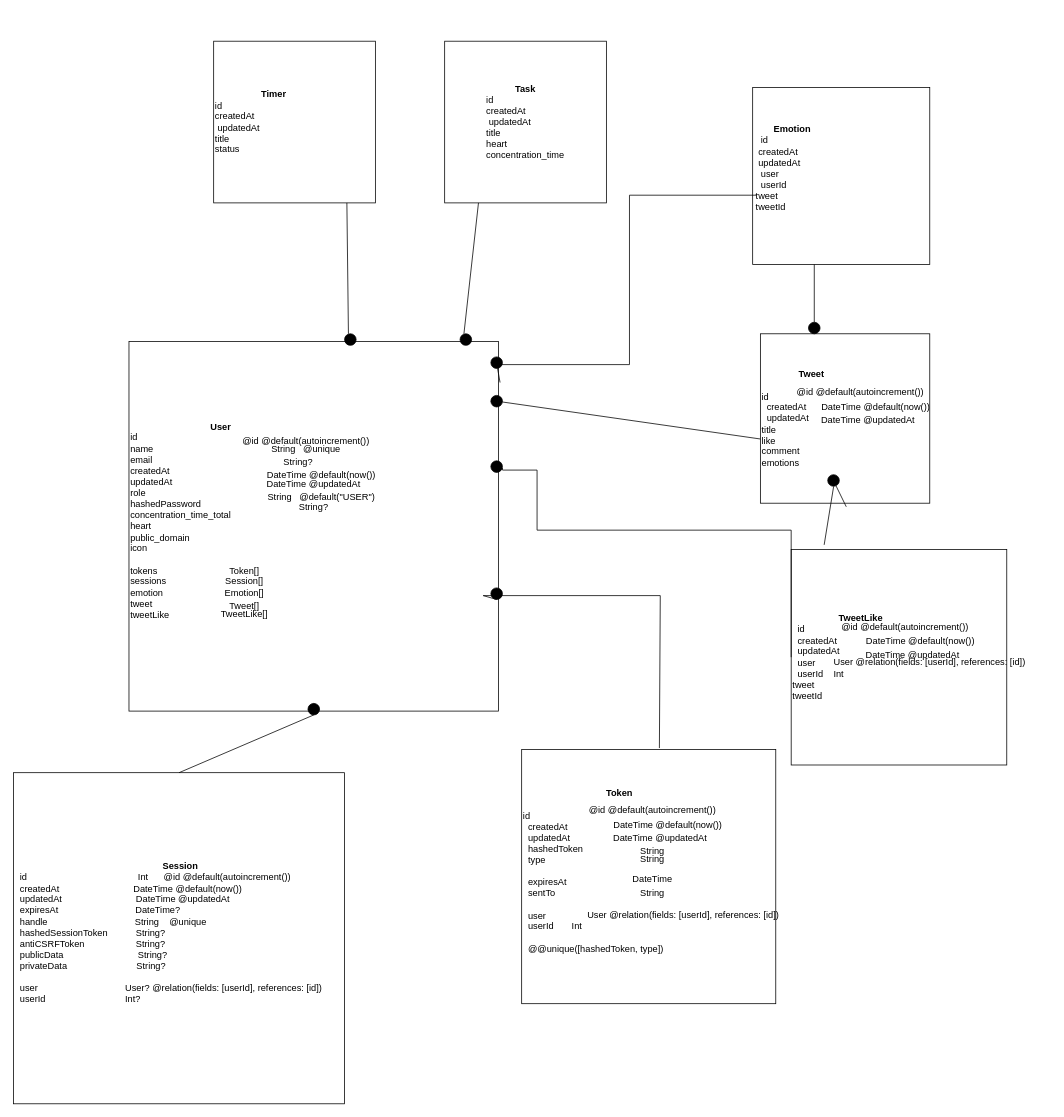
Above: page "Page-2" (2 of 2) of Untitled Diagram.drawio in nto300002/kokoro-task (draw.io), before the change. Source tidied: cells renumbered, new cells numbered last; positions are measured from the earlier drawing's top-left corner, leaving out a move shared by most shapes. Both pictures are drawn from the tidied source at 77%, with x=0, y=0 at pixel (13, 41).
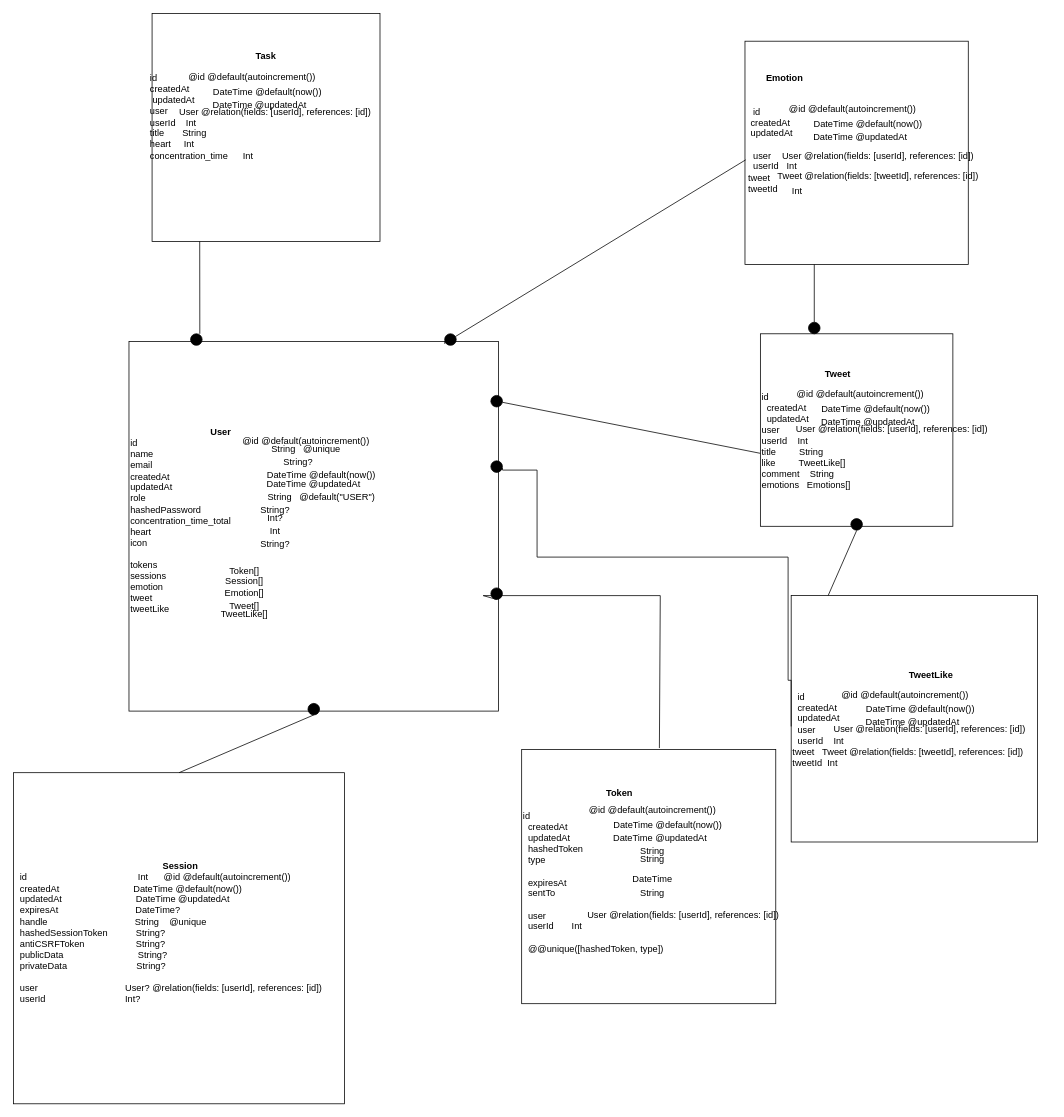
Above is the later version.

The change refers to these unchanged cells:
```xml
<mxCell id="19" style="ellipse;whiteSpace=wrap;html=1;gradientColor=none;fillColor=#000000;" parent="1" vertex="1">
  <mxGeometry x="620" y="545" width="15" height="15" as="geometry" />
</mxCell>
```

The edit, as a diff of the source:
```diff
@@
-    <mxCell id="2" value="&lt;div style=&quot;text-align: right&quot;&gt;&lt;b&gt;　　　　　Timer&lt;/b&gt;&lt;/div&gt;id&lt;br&gt;createdAt&lt;br&gt;&lt;div&gt;&amp;nbsp;updatedAt&lt;/div&gt;title&lt;br&gt;status" style="whiteSpace=wrap;html=1;align=left;" parent="1" vertex="1">
-      <mxGeometry x="260" width="210" height="210" as="geometry" />
-    </mxCell>
-    <mxCell id="3" value="&lt;b&gt;Task&lt;/b&gt;&lt;br&gt;&lt;div style=&quot;text-align: left&quot;&gt;&lt;span&gt;id&lt;/span&gt;&lt;/div&gt;&lt;div style=&quot;text-align: left&quot;&gt;&lt;span&gt;createdAt&lt;/span&gt;&lt;/div&gt;&lt;div style=&quot;text-align: left&quot;&gt;&amp;nbsp;updatedAt&lt;/div&gt;&lt;div style=&quot;text-align: left&quot;&gt;&lt;span&gt;title&lt;/span&gt;&lt;/div&gt;&lt;div style=&quot;text-align: left&quot;&gt;&lt;span&gt;heart&lt;/span&gt;&lt;/div&gt;&lt;div style=&quot;text-align: left&quot;&gt;&lt;span&gt;concentration_time&lt;/span&gt;&lt;/div&gt;" style="whiteSpace=wrap;html=1;" parent="1" vertex="1">
-      <mxGeometry x="560" width="210" height="210" as="geometry" />
+    <mxCell id="3" value="&lt;b&gt;Task&lt;br&gt;&lt;br&gt;&lt;br&gt;&lt;br&gt;&lt;br&gt;&lt;/b&gt;&lt;br&gt;&lt;br&gt;&lt;br&gt;&lt;br&gt;&lt;br&gt;&lt;br&gt;&lt;br&gt;&lt;br&gt;&lt;div style=&quot;text-align: left&quot;&gt;&lt;br&gt;&lt;/div&gt;" style="whiteSpace=wrap;html=1;" parent="1" vertex="1">
+      <mxGeometry x="180" y="-36" width="296" height="296" as="geometry" />
     </mxCell>
-    <mxCell id="4" value="&lt;div style=&quot;text-align: right&quot;&gt;&lt;b&gt;　　　　Tweet&lt;/b&gt;&lt;/div&gt;&lt;div style=&quot;text-align: right&quot;&gt;&lt;b&gt;&lt;br&gt;&lt;/b&gt;&lt;/div&gt;id&lt;br&gt;&lt;div&gt;&amp;nbsp; createdAt&lt;/div&gt;&lt;div&gt;&amp;nbsp; updatedAt&lt;/div&gt;title&lt;br&gt;like&lt;br&gt;comment&lt;br&gt;emotions" style="whiteSpace=wrap;html=1;align=left;" parent="1" vertex="1">
-      <mxGeometry x="970" y="380" width="220" height="220" as="geometry" />
+    <mxCell id="4" value="&lt;div style=&quot;text-align: right&quot;&gt;&lt;b&gt;　　　　Tweet&lt;/b&gt;&lt;/div&gt;&lt;div style=&quot;text-align: right&quot;&gt;&lt;b&gt;&lt;br&gt;&lt;/b&gt;&lt;/div&gt;id&lt;br&gt;&lt;div&gt;&amp;nbsp; createdAt&lt;/div&gt;&lt;div&gt;&amp;nbsp; updatedAt&lt;/div&gt;&lt;div&gt;user&lt;/div&gt;&lt;div&gt;userId&amp;nbsp; &amp;nbsp; Int&lt;/div&gt;title&amp;nbsp; &amp;nbsp; &amp;nbsp; &amp;nbsp; &amp;nbsp;String&lt;br&gt;like&amp;nbsp; &amp;nbsp; &amp;nbsp; &amp;nbsp; &amp;nbsp;TweetLike[]&lt;br&gt;comment&amp;nbsp; &amp;nbsp; String&lt;br&gt;emotions&amp;nbsp; &amp;nbsp;Emotions[]" style="whiteSpace=wrap;html=1;align=left;" parent="1" vertex="1">
+      <mxGeometry x="970" y="380" width="250" height="250" as="geometry" />
     </mxCell>
-    <mxCell id="5" value="&lt;div style=&quot;text-align: right&quot;&gt;&lt;b&gt;User&lt;/b&gt;&lt;/div&gt;&lt;div&gt;&lt;span&gt;id&lt;/span&gt;&lt;/div&gt;&lt;div&gt;&lt;span&gt;name&lt;/span&gt;&lt;/div&gt;&lt;div&gt;&lt;span&gt;email&lt;/span&gt;&lt;/div&gt;&lt;div&gt;&lt;span&gt;createdAt&lt;/span&gt;&lt;/div&gt;&lt;div&gt;&lt;span&gt;updatedAt&lt;/span&gt;&lt;span&gt;　&lt;/span&gt;&lt;/div&gt;&lt;div&gt;&lt;span&gt;role&lt;/span&gt;&lt;/div&gt;&lt;div&gt;&lt;span&gt;hashedPassword&lt;/span&gt;&lt;/div&gt;&lt;div&gt;&lt;div&gt;concentration_time_total&lt;/div&gt;&lt;div&gt;heart&lt;/div&gt;&lt;div&gt;public_domain&lt;/div&gt;&lt;/div&gt;&lt;div&gt;icon&lt;br&gt;&lt;/div&gt;&lt;div&gt;&lt;br&gt;&lt;/div&gt;&lt;div&gt;&lt;span&gt;tokens&amp;nbsp;&lt;/span&gt;&lt;/div&gt;&lt;div&gt;&lt;span&gt;sessions&lt;/span&gt;&lt;/div&gt;&lt;div&gt;&lt;span&gt;emotion&lt;/span&gt;&lt;/div&gt;&lt;div&gt;&lt;span&gt;tweet&lt;/span&gt;&lt;/div&gt;&lt;div&gt;&lt;span&gt;tweetLike&lt;/span&gt;&lt;/div&gt;&lt;div&gt;&lt;br&gt;&lt;/div&gt;" style="whiteSpace=wrap;html=1;align=left;" parent="1" vertex="1">
+    <mxCell id="5" value="&lt;div style=&quot;text-align: right&quot;&gt;&lt;b&gt;User&lt;/b&gt;&lt;/div&gt;&lt;div&gt;&lt;span&gt;id&lt;/span&gt;&lt;/div&gt;&lt;div&gt;&lt;span&gt;name&lt;/span&gt;&lt;/div&gt;&lt;div&gt;&lt;span&gt;email&lt;/span&gt;&lt;/div&gt;&lt;div&gt;&lt;span&gt;createdAt&lt;/span&gt;&lt;/div&gt;&lt;div&gt;&lt;span&gt;updatedAt&lt;/span&gt;&lt;span&gt;　&lt;/span&gt;&lt;/div&gt;&lt;div&gt;&lt;span&gt;role&lt;/span&gt;&lt;/div&gt;&lt;div&gt;&lt;span&gt;hashedPassword&lt;/span&gt;&lt;/div&gt;&lt;div&gt;&lt;div&gt;concentration_time_total&lt;/div&gt;&lt;div&gt;heart&lt;/div&gt;&lt;div&gt;&lt;span&gt;icon&lt;/span&gt;&lt;br&gt;&lt;/div&gt;&lt;/div&gt;&lt;div&gt;&lt;br&gt;&lt;/div&gt;&lt;div&gt;&lt;span&gt;tokens&amp;nbsp;&lt;/span&gt;&lt;/div&gt;&lt;div&gt;&lt;span&gt;sessions&lt;/span&gt;&lt;/div&gt;&lt;div&gt;&lt;span&gt;emotion&lt;/span&gt;&lt;/div&gt;&lt;div&gt;&lt;span&gt;tweet&lt;/span&gt;&lt;/div&gt;&lt;div&gt;&lt;span&gt;tweetLike&lt;/span&gt;&lt;/div&gt;&lt;div&gt;&lt;br&gt;&lt;/div&gt;" style="whiteSpace=wrap;html=1;align=left;" parent="1" vertex="1">
       <mxGeometry x="150" y="390" width="480" height="480" as="geometry" />
     </mxCell>
@@
     <mxCell id="7" value="&lt;div style=&quot;text-align: left&quot;&gt;&lt;br&gt;&lt;/div&gt;" style="whiteSpace=wrap;html=1;" parent="1" vertex="1">
-      <mxGeometry x="960" y="60" width="230" height="230" as="geometry" />
+      <mxGeometry x="950" width="290" height="290" as="geometry" />
     </mxCell>
@@
-    <mxCell id="9" value="&lt;div style=&quot;text-align: right&quot;&gt;&lt;b&gt;　　　　　TweetLike&lt;/b&gt;&lt;/div&gt;&lt;div&gt;&amp;nbsp; id&lt;/div&gt;&lt;div&gt;&amp;nbsp; createdAt&lt;/div&gt;&lt;div&gt;&amp;nbsp; updatedAt&lt;/div&gt;&lt;div&gt;&amp;nbsp; user&lt;/div&gt;&lt;div&gt;&amp;nbsp; userId&amp;nbsp; &amp;nbsp; Int&lt;/div&gt;&lt;div&gt;tweet&lt;/div&gt;&lt;div&gt;tweetId&lt;/div&gt;" style="whiteSpace=wrap;html=1;align=left;" parent="1" vertex="1">
-      <mxGeometry x="1010" y="660" width="280" height="280" as="geometry" />
+    <mxCell id="9" value="&lt;div style=&quot;text-align: center&quot;&gt;&lt;b&gt;　　　　　TweetLike&lt;/b&gt;&lt;/div&gt;&lt;div style=&quot;text-align: center&quot;&gt;&lt;b&gt;&lt;br&gt;&lt;/b&gt;&lt;/div&gt;&lt;div&gt;&amp;nbsp; id&lt;/div&gt;&lt;div&gt;&amp;nbsp; createdAt&lt;/div&gt;&lt;div&gt;&amp;nbsp; updatedAt&lt;/div&gt;&lt;div&gt;&amp;nbsp; user&lt;/div&gt;&lt;div&gt;&amp;nbsp; userId&amp;nbsp; &amp;nbsp; Int&lt;/div&gt;&lt;div&gt;tweet&amp;nbsp; &amp;nbsp;Tweet @relation(fields: [tweetId], references: [id])&lt;/div&gt;&lt;div&gt;tweetId&amp;nbsp; Int&lt;/div&gt;" style="whiteSpace=wrap;html=1;align=left;" parent="1" vertex="1">
+      <mxGeometry x="1010" y="720" width="320" height="320" as="geometry" />
     </mxCell>
@@
     <mxCell id="15" style="ellipse;whiteSpace=wrap;html=1;gradientColor=none;fillColor=#000000;" parent="1" vertex="1">
-      <mxGeometry x="580" y="380" width="15" height="15" as="geometry" />
+      <mxGeometry x="230" y="380" width="15" height="15" as="geometry" />
     </mxCell>
     <mxCell id="16" style="endArrow=none;html=1;rounded=0;entryX=0.209;entryY=1;entryDx=0;entryDy=0;entryPerimeter=0;" parent="1" edge="1" target="3">
       <mxGeometry relative="1" as="geometry">
-        <mxPoint x="585" y="380" as="sourcePoint" />
+        <mxPoint x="242" y="380" as="sourcePoint" />
       </mxGeometry>
     </mxCell>
-    <mxCell id="17" style="ellipse;whiteSpace=wrap;html=1;gradientColor=none;fillColor=#000000;" parent="1" vertex="1">
-      <mxGeometry x="430" y="380" width="15" height="15" as="geometry" />
-    </mxCell>
-    <mxCell id="18" style="endArrow=none;html=1;rounded=0;entryX=0.209;entryY=1;entryDx=0;entryDy=0;entryPerimeter=0;" parent="1" edge="1">
-      <mxGeometry relative="1" as="geometry">
-        <mxPoint x="435" y="380" as="sourcePoint" />
-        <mxPoint x="433" y="210" as="targetPoint" />
-      </mxGeometry>
-    </mxCell>
@@
-    <mxCell id="20" style="edgeStyle=orthogonalEdgeStyle;rounded=0;jettySize=auto;html=1;exitX=0;exitY=0.5;exitDx=0;exitDy=0;entryX=1.004;entryY=0.619;entryDx=0;entryDy=0;entryPerimeter=0;endArrow=none;" parent="1" edge="1" source="9" target="19">
+    <mxCell id="20" style="edgeStyle=orthogonalEdgeStyle;rounded=0;jettySize=auto;html=1;entryX=1.004;entryY=0.619;entryDx=0;entryDy=0;entryPerimeter=0;endArrow=none;exitX=0;exitY=0.531;exitDx=0;exitDy=0;exitPerimeter=0;" parent="1" edge="1" source="9" target="19">
       <mxGeometry relative="1" as="geometry">
         <Array as="points">
-          <mxPoint x="680" y="635" />
+          <mxPoint x="1010" y="830" />
+          <mxPoint x="1006" y="830" />
+          <mxPoint x="1006" y="670" />
+          <mxPoint x="680" y="670" />
           <mxPoint x="680" y="557" />
+          <mxPoint x="635" y="557" />
         </Array>
       </mxGeometry>
     </mxCell>
@@
-    <mxCell id="26" style="ellipse;whiteSpace=wrap;html=1;gradientColor=none;fillColor=#000000;" parent="1" vertex="1">
-      <mxGeometry x="1057.5" y="563" width="15" height="15" as="geometry" />
-    </mxCell>
-    <mxCell id="27" style="endArrow=none;html=1;rounded=0;entryX=0.507;entryY=1.021;entryDx=0;entryDy=0;entryPerimeter=0;exitX=0.153;exitY=-0.021;exitDx=0;exitDy=0;exitPerimeter=0;" parent="1" edge="1" source="9" target="26">
+    <mxCell id="27" style="endArrow=none;html=1;rounded=0;entryX=0.507;entryY=1.021;entryDx=0;entryDy=0;entryPerimeter=0;exitX=0.15;exitY=0;exitDx=0;exitDy=0;exitPerimeter=0;" parent="1" edge="1" source="9" target="26">
       <mxGeometry relative="1" as="geometry" />
     </mxCell>
@@
-    <mxCell id="30" style="endArrow=none;html=1;rounded=0;" parent="1" edge="1">
-      <mxGeometry relative="1" as="geometry">
-        <mxPoint x="800" y="200" as="sourcePoint" />
-        <mxPoint x="965" y="200" as="targetPoint" />
-      </mxGeometry>
-    </mxCell>
-    <mxCell id="31" style="endArrow=none;html=1;rounded=0;" parent="1" edge="1">
-      <mxGeometry relative="1" as="geometry">
-        <mxPoint x="800" y="420" as="sourcePoint" />
-        <mxPoint x="800" y="200" as="targetPoint" />
-      </mxGeometry>
-    </mxCell>
-    <mxCell id="32" style="endArrow=none;html=1;rounded=0;startArrow=none;" parent="1" edge="1">
-      <mxGeometry relative="1" as="geometry">
-        <mxPoint x="630" y="420" as="sourcePoint" />
-        <mxPoint x="800" y="420" as="targetPoint" />
-      </mxGeometry>
-    </mxCell>
-    <mxCell id="33" style="ellipse;whiteSpace=wrap;html=1;gradientColor=none;fillColor=#000000;" parent="1" vertex="1">
-      <mxGeometry x="620" y="410" width="15" height="15" as="geometry" />
-    </mxCell>
-    <mxCell id="34" style="endArrow=none;html=1;rounded=0;exitX=1.004;exitY=0.111;exitDx=0;exitDy=0;exitPerimeter=0;" parent="1" edge="1" source="5" target="33">
-      <mxGeometry relative="1" as="geometry" />
-    </mxCell>
@@
     <mxCell id="37" style="group;" parent="1" vertex="1">
-      <mxGeometry x="280" y="510" width="250" height="107" as="geometry" />
+      <mxGeometry x="280" y="510" width="250" height="133" as="geometry" />
     </mxCell>
@@
     <mxCell id="44" value="String?&lt;span&gt;&lt;br&gt;&lt;/span&gt;" style="text;html=1;strokeColor=none;fillColor=none;align=center;verticalAlign=middle;whiteSpace=wrap;rounded=0;" parent="37" vertex="1">
-      <mxGeometry x="20" y="86" width="180" height="17" as="geometry" />
+      <mxGeometry x="-30" y="90" width="180" height="17" as="geometry" />
     </mxCell>
+    <mxCell id="70" value="Int?" style="text;html=1;strokeColor=none;fillColor=none;align=center;verticalAlign=middle;whiteSpace=wrap;rounded=0;" parent="37" vertex="1">
+      <mxGeometry x="30" y="95" width="60" height="30" as="geometry" />
+    </mxCell>
+    <mxCell id="71" value="Int" style="text;html=1;strokeColor=none;fillColor=none;align=center;verticalAlign=middle;whiteSpace=wrap;rounded=0;" parent="37" vertex="1">
+      <mxGeometry x="30" y="120" width="60" height="13" as="geometry" />
+    </mxCell>
@@
     <mxCell id="58" style="group;" parent="1" vertex="1">
-      <mxGeometry x="1047.5" y="752" width="300" height="153" as="geometry" />
+      <mxGeometry x="1047.5" y="840" width="300" height="153" as="geometry" />
     </mxCell>
     <mxCell id="59" style="group;" parent="58" vertex="1">
-      <mxGeometry x="10" width="282.5" height="107" as="geometry" />
+      <mxGeometry x="10" width="282.5" height="120" as="geometry" />
     </mxCell>
@@
     <mxCell id="64" style="group;" parent="1" vertex="1">
-      <mxGeometry x="990" y="447" width="300" height="153" as="geometry" />
+      <mxGeometry x="990" y="450" width="301.2" height="164" as="geometry" />
     </mxCell>
     <mxCell id="65" style="group;" parent="64" vertex="1">
-      <mxGeometry x="10" width="282.5" height="107" as="geometry" />
+      <mxGeometry x="10" width="291.2" height="107" as="geometry" />
     </mxCell>
@@
+    <mxCell id="72" value="User @relation(fields: [userId], references: [id])&lt;span&gt;&lt;br&gt;&lt;/span&gt;" style="text;html=1;strokeColor=none;fillColor=none;align=center;verticalAlign=middle;whiteSpace=wrap;rounded=0;" parent="65" vertex="1">
+      <mxGeometry x="-8.8" y="45" width="300" height="17" as="geometry" />
+    </mxCell>
-    <mxCell id="69" value="&lt;div style=&quot;text-align: left&quot;&gt;&lt;b&gt;&amp;nbsp; &amp;nbsp; &amp;nbsp; &amp;nbsp;Emotion&lt;/b&gt;&lt;/div&gt;&lt;div style=&quot;text-align: left&quot;&gt;&amp;nbsp; id&lt;/div&gt;&lt;div style=&quot;text-align: left&quot;&gt;&amp;nbsp;createdAt&lt;/div&gt;&lt;div style=&quot;text-align: left&quot;&gt;&amp;nbsp;updatedAt&lt;/div&gt;&lt;div style=&quot;text-align: left&quot;&gt;&amp;nbsp; user&lt;/div&gt;&lt;div style=&quot;text-align: left&quot;&gt;&amp;nbsp; userId&lt;/div&gt;&lt;div style=&quot;text-align: left&quot;&gt;tweet&lt;/div&gt;&lt;div style=&quot;text-align: left&quot;&gt;tweetId&lt;/div&gt;" style="text;html=1;strokeColor=none;fillColor=none;align=center;verticalAlign=middle;whiteSpace=wrap;rounded=0;" parent="1" vertex="1">
-      <mxGeometry x="960" y="120" width="80" height="90" as="geometry" />
+    <mxCell id="69" value="&lt;div style=&quot;text-align: left&quot;&gt;&lt;b&gt;&amp;nbsp; &amp;nbsp; &amp;nbsp; &amp;nbsp;Emotion&lt;/b&gt;&lt;/div&gt;&lt;div style=&quot;text-align: left&quot;&gt;&lt;b&gt;&lt;br&gt;&lt;/b&gt;&lt;/div&gt;&lt;div style=&quot;text-align: left&quot;&gt;&lt;b&gt;&lt;br&gt;&lt;/b&gt;&lt;/div&gt;&lt;div style=&quot;text-align: left&quot;&gt;&amp;nbsp; id&lt;/div&gt;&lt;div style=&quot;text-align: left&quot;&gt;&amp;nbsp;createdAt&lt;/div&gt;&lt;div style=&quot;text-align: left&quot;&gt;&amp;nbsp;updatedAt&lt;/div&gt;&lt;div style=&quot;text-align: left&quot;&gt;&lt;br&gt;&lt;/div&gt;&lt;div style=&quot;text-align: left&quot;&gt;&amp;nbsp; user&lt;/div&gt;&lt;div style=&quot;text-align: left&quot;&gt;&amp;nbsp; userId&amp;nbsp; &amp;nbsp;Int&lt;/div&gt;&lt;div style=&quot;text-align: left&quot;&gt;tweet&amp;nbsp; &amp;nbsp;&lt;/div&gt;&lt;div style=&quot;text-align: left&quot;&gt;tweetId&lt;/div&gt;" style="text;html=1;strokeColor=none;fillColor=none;align=center;verticalAlign=middle;whiteSpace=wrap;rounded=0;" parent="1" vertex="1">
+      <mxGeometry x="950" y="75" width="80" height="90" as="geometry" />
     </mxCell>
+    <mxCell id="73" style="group;" parent="1" vertex="1">
+      <mxGeometry x="980" y="80" width="300" height="164" as="geometry" />
+    </mxCell>
+    <mxCell id="74" style="group;" parent="73" vertex="1">
+      <mxGeometry x="10" width="282.5" height="130" as="geometry" />
+    </mxCell>
+    <mxCell id="75" value="@id @default(autoincrement())&lt;span&gt;&lt;br&gt;&lt;/span&gt;" style="text;html=1;strokeColor=none;fillColor=none;align=center;verticalAlign=middle;whiteSpace=wrap;rounded=0;" parent="74" vertex="1">
+      <mxGeometry x="10" width="180" height="17" as="geometry" />
+    </mxCell>
+    <mxCell id="76" value="DateTime @default(now())&lt;span&gt;&lt;br&gt;&lt;/span&gt;" style="text;html=1;strokeColor=none;fillColor=none;align=center;verticalAlign=middle;whiteSpace=wrap;rounded=0;" parent="74" vertex="1">
+      <mxGeometry x="30" y="19" width="180" height="17" as="geometry" />
+    </mxCell>
+    <mxCell id="77" value="DateTime @updatedAt&lt;span&gt;&lt;br&gt;&lt;/span&gt;" style="text;html=1;strokeColor=none;fillColor=none;align=center;verticalAlign=middle;whiteSpace=wrap;rounded=0;" parent="74" vertex="1">
+      <mxGeometry x="20" y="36" width="180" height="17" as="geometry" />
+    </mxCell>
+    <mxCell id="78" value="User @relation(fields: [userId], references: [id])&lt;span&gt;&lt;br&gt;&lt;/span&gt;" style="text;html=1;strokeColor=none;fillColor=none;align=center;verticalAlign=middle;whiteSpace=wrap;rounded=0;" parent="74" vertex="1">
+      <mxGeometry x="-17.5" y="60" width="300" height="17" as="geometry" />
+    </mxCell>
+    <mxCell id="79" value="&lt;span style=&quot;text-align: left&quot;&gt;Tweet @relation(fields: [tweetId], references: [id])&lt;/span&gt;" style="text;html=1;strokeColor=none;fillColor=none;align=center;verticalAlign=middle;whiteSpace=wrap;rounded=0;" parent="74" vertex="1">
+      <mxGeometry x="-2.5" y="80" width="270" height="30" as="geometry" />
+    </mxCell>
+    <mxCell id="80" value="Int" style="text;html=1;strokeColor=none;fillColor=none;align=center;verticalAlign=middle;whiteSpace=wrap;rounded=0;" parent="74" vertex="1">
+      <mxGeometry x="-2.5" y="100" width="60" height="30" as="geometry" />
+    </mxCell>
+    <mxCell id="81" style="group;" parent="1" vertex="1">
+      <mxGeometry x="200" y="38" width="300" height="164" as="geometry" />
+    </mxCell>
+    <mxCell id="82" style="group;" parent="81" vertex="1">
+      <mxGeometry x="10" width="282.5" height="122" as="geometry" />
+    </mxCell>
+    <mxCell id="83" value="@id @default(autoincrement())&lt;span&gt;&lt;br&gt;&lt;/span&gt;" style="text;html=1;strokeColor=none;fillColor=none;align=center;verticalAlign=middle;whiteSpace=wrap;rounded=0;" parent="82" vertex="1">
+      <mxGeometry x="10" width="180" height="17" as="geometry" />
+    </mxCell>
+    <mxCell id="84" value="DateTime @default(now())&lt;span&gt;&lt;br&gt;&lt;/span&gt;" style="text;html=1;strokeColor=none;fillColor=none;align=center;verticalAlign=middle;whiteSpace=wrap;rounded=0;" parent="82" vertex="1">
+      <mxGeometry x="30" y="19" width="180" height="17" as="geometry" />
+    </mxCell>
+    <mxCell id="85" value="DateTime @updatedAt&lt;span&gt;&lt;br&gt;&lt;/span&gt;" style="text;html=1;strokeColor=none;fillColor=none;align=center;verticalAlign=middle;whiteSpace=wrap;rounded=0;" parent="82" vertex="1">
+      <mxGeometry x="20" y="36" width="180" height="17" as="geometry" />
+    </mxCell>
+    <mxCell id="86" value="User @relation(fields: [userId], references: [id])&lt;span&gt;&lt;br&gt;&lt;/span&gt;" style="text;html=1;strokeColor=none;fillColor=none;align=center;verticalAlign=middle;whiteSpace=wrap;rounded=0;" parent="82" vertex="1">
+      <mxGeometry x="-20" y="45" width="300" height="17" as="geometry" />
+    </mxCell>
+    <mxCell id="87" value="&lt;div style=&quot;text-align: left&quot;&gt;id&lt;/div&gt;&lt;div style=&quot;text-align: left&quot;&gt;createdAt&lt;/div&gt;&lt;div style=&quot;text-align: left&quot;&gt;&amp;nbsp;updatedAt&lt;/div&gt;&lt;div style=&quot;text-align: left&quot;&gt;user&lt;/div&gt;&lt;div style=&quot;text-align: left&quot;&gt;userId&amp;nbsp; &amp;nbsp; Int&lt;/div&gt;&lt;div style=&quot;text-align: left&quot;&gt;title&amp;nbsp; &amp;nbsp; &amp;nbsp; &amp;nbsp;String&lt;/div&gt;&lt;div style=&quot;text-align: left&quot;&gt;heart&amp;nbsp; &amp;nbsp; &amp;nbsp;Int&lt;/div&gt;&lt;div style=&quot;text-align: left&quot;&gt;concentration_time&amp;nbsp;&lt;/div&gt;" style="text;html=1;strokeColor=none;fillColor=none;align=center;verticalAlign=middle;whiteSpace=wrap;rounded=0;" parent="82" vertex="1">
+      <mxGeometry x="-40" y="45" width="120" height="30" as="geometry" />
+    </mxCell>
+    <mxCell id="88" value="Int" style="text;html=1;strokeColor=none;fillColor=none;align=center;verticalAlign=middle;whiteSpace=wrap;rounded=0;" parent="82" vertex="1">
+      <mxGeometry x="70" y="100" width="50" height="22" as="geometry" />
+    </mxCell>
+    <mxCell id="89" value="String?" style="text;html=1;strokeColor=none;fillColor=none;align=center;verticalAlign=middle;whiteSpace=wrap;rounded=0;" parent="1" vertex="1">
+      <mxGeometry x="310" y="647" width="60" height="13" as="geometry" />
+    </mxCell>
+    <mxCell id="26" style="ellipse;whiteSpace=wrap;html=1;gradientColor=none;fillColor=#000000;" parent="1" vertex="1">
+      <mxGeometry x="1087.5" y="620" width="15" height="15" as="geometry" />
+    </mxCell>
+    <mxCell id="90" style="endArrow=none;html=1;rounded=0;entryX=0.013;entryY=0.878;entryDx=0;entryDy=0;entryPerimeter=0;startArrow=none;" parent="1" edge="1" source="91" target="69">
+      <mxGeometry relative="1" as="geometry" />
+    </mxCell>
+    <mxCell id="91" style="ellipse;whiteSpace=wrap;html=1;gradientColor=none;fillColor=#000000;" parent="1" vertex="1">
+      <mxGeometry x="560" y="380" width="15" height="15" as="geometry" />
+    </mxCell>
+    <mxCell id="92" style="endArrow=none;html=1;rounded=0;entryX=0.013;entryY=0.878;entryDx=0;entryDy=0;entryPerimeter=0;" parent="1" edge="1" target="91">
+      <mxGeometry relative="1" as="geometry">
+        <mxPoint x="560" y="390" as="sourcePoint" />
+      </mxGeometry>
+    </mxCell>
```
